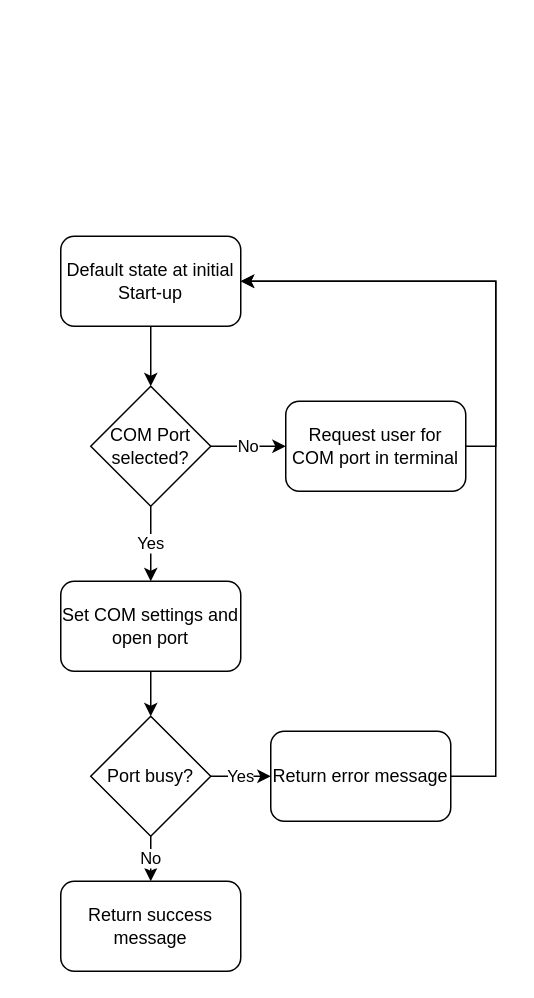
This is page "Serial Port Init" (2 of 4) of Documentation/PC_GUI_Flowchart.drawio from nagars/CPDM-IISc, a draw.io file, before an edit. Source tidied: cells renumbered, new cells numbered last; positions are measured from the earlier drawing's top-left corner, leaving out a move shared by most shapes. Both pictures are drawn from the tidied source at 150%, with x=0, y=0 at pixel (60, 236).
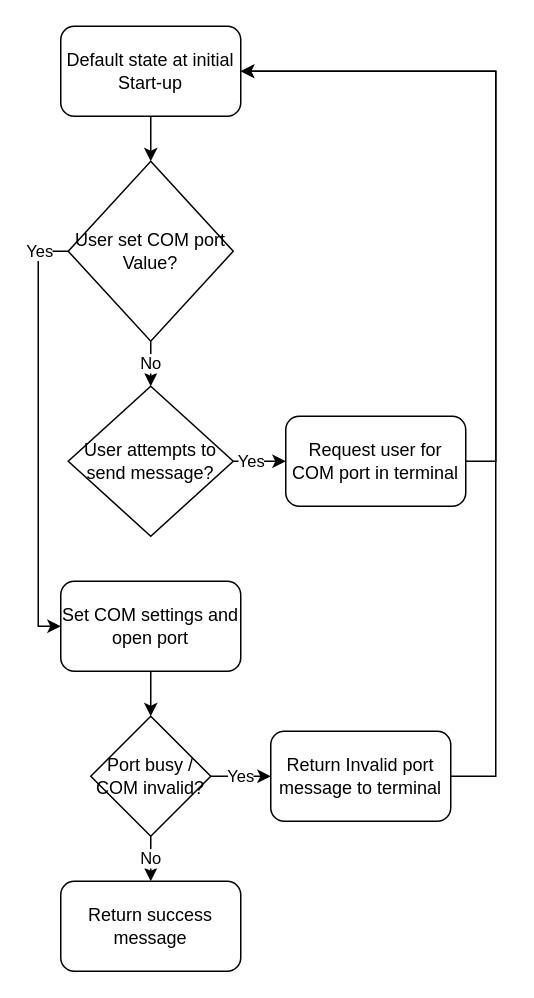
The same page after the edit.

Unchanged cells that the change refers to:
```xml
<mxCell id="10" value="Set COM settings and open port" style="rounded=1;whiteSpace=wrap;html=1;" parent="1" vertex="1">
  <mxGeometry y="230" width="120" height="60" as="geometry" />
</mxCell>
```

Change to the diagram source:
```diff
@@
-    <mxCell id="2" style="edgeStyle=orthogonalEdgeStyle;rounded=0;jettySize=auto;html=1;" parent="1" edge="1" source="3" target="5">
+    <mxCell id="2" style="edgeStyle=orthogonalEdgeStyle;rounded=0;jettySize=auto;html=1;entryX=0.5;entryY=0;entryDx=0;entryDy=0;" parent="1" edge="1" source="3" target="19">
       <mxGeometry relative="1" as="geometry" />
     </mxCell>
     <mxCell id="3" value="Default state at initial Start-up" style="rounded=1;whiteSpace=wrap;html=1;" parent="1" vertex="1">
-      <mxGeometry width="120" height="60" as="geometry" />
+      <mxGeometry y="-140" width="120" height="60" as="geometry" />
     </mxCell>
-    <mxCell id="4" value="Yes" style="edgeStyle=orthogonalEdgeStyle;rounded=0;jettySize=auto;html=1;" parent="1" edge="1" source="5" target="10">
-      <mxGeometry relative="1" as="geometry" />
+    <mxCell id="4" value="Yes" style="edgeStyle=orthogonalEdgeStyle;rounded=0;jettySize=auto;html=1;exitX=0;exitY=0.5;exitDx=0;exitDy=0;entryX=0;entryY=0.5;entryDx=0;entryDy=0;" parent="1" edge="1" source="19" target="10">
+      <mxGeometry x="-0.87" relative="1" as="geometry">
+        <Array as="points">
+          <mxPoint x="-15" y="10" />
+          <mxPoint x="-15" y="260" />
+        </Array>
+      </mxGeometry>
     </mxCell>
-    <mxCell id="5" value="COM Port selected?" style="rhombus;whiteSpace=wrap;html=1;" parent="1" vertex="1">
-      <mxGeometry x="20" y="100" width="80" height="80" as="geometry" />
-    </mxCell>
-    <mxCell id="6" value="No" style="edgeStyle=orthogonalEdgeStyle;rounded=0;jettySize=auto;html=1;exitX=1;exitY=0.5;exitDx=0;exitDy=0;entryX=0;entryY=0.5;entryDx=0;entryDy=0;" parent="1" edge="1" source="5" target="8">
-      <mxGeometry relative="1" as="geometry">
-        <Array as="points">
-          <mxPoint x="150" y="140" />
-        </Array>
-      </mxGeometry>
-    </mxCell>
@@
     <mxCell id="8" value="Request user for COM port in terminal" style="rounded=1;whiteSpace=wrap;html=1;" parent="1" vertex="1">
-      <mxGeometry x="150" y="110" width="120" height="60" as="geometry" />
+      <mxGeometry x="150" y="120" width="120" height="60" as="geometry" />
     </mxCell>
@@
-    <mxCell id="12" value="Port busy?" style="rhombus;whiteSpace=wrap;html=1;" parent="1" vertex="1">
+    <mxCell id="12" value="Port busy / COM invalid?" style="rhombus;whiteSpace=wrap;html=1;" parent="1" vertex="1">
       <mxGeometry x="20" y="320" width="80" height="80" as="geometry" />
     </mxCell>
@@
-    <mxCell id="14" value="Return error message" style="rounded=1;whiteSpace=wrap;html=1;" parent="1" vertex="1">
+    <mxCell id="14" value="Return Invalid port message to terminal" style="rounded=1;whiteSpace=wrap;html=1;" parent="1" vertex="1">
       <mxGeometry x="140" y="330" width="120" height="60" as="geometry" />
     </mxCell>
     <mxCell id="15" style="edgeStyle=orthogonalEdgeStyle;rounded=0;jettySize=auto;html=1;entryX=1;entryY=0.5;entryDx=0;entryDy=0;exitX=1;exitY=0.5;exitDx=0;exitDy=0;" parent="1" edge="1" source="14" target="3">
       <mxGeometry relative="1" as="geometry">
         <Array as="points">
           <mxPoint x="290" y="360" />
-          <mxPoint x="290" y="30" />
+          <mxPoint x="290" y="-110" />
         </Array>
       </mxGeometry>
     </mxCell>
@@
+    <mxCell id="17" value="Yes" style="edgeStyle=orthogonalEdgeStyle;rounded=0;jettySize=auto;html=1;exitX=1;exitY=0.5;exitDx=0;exitDy=0;entryX=0;entryY=0.5;entryDx=0;entryDy=0;" parent="1" edge="1" source="18" target="8">
+      <mxGeometry x="-0.3" relative="1" as="geometry" />
+    </mxCell>
+    <mxCell id="18" value="User attempts to send message?" style="rhombus;whiteSpace=wrap;html=1;" parent="1" vertex="1">
+      <mxGeometry x="5" y="100" width="110" height="100" as="geometry" />
+    </mxCell>
+    <mxCell id="6" value="No" style="edgeStyle=orthogonalEdgeStyle;rounded=0;jettySize=auto;html=1;" parent="1" edge="1" source="19" target="18">
+      <mxGeometry relative="1" as="geometry" />
+    </mxCell>
+    <mxCell id="19" value="User set COM port Value?" style="rhombus;whiteSpace=wrap;html=1;" parent="1" vertex="1">
+      <mxGeometry x="5" y="-50" width="110" height="120" as="geometry" />
+    </mxCell>
```
